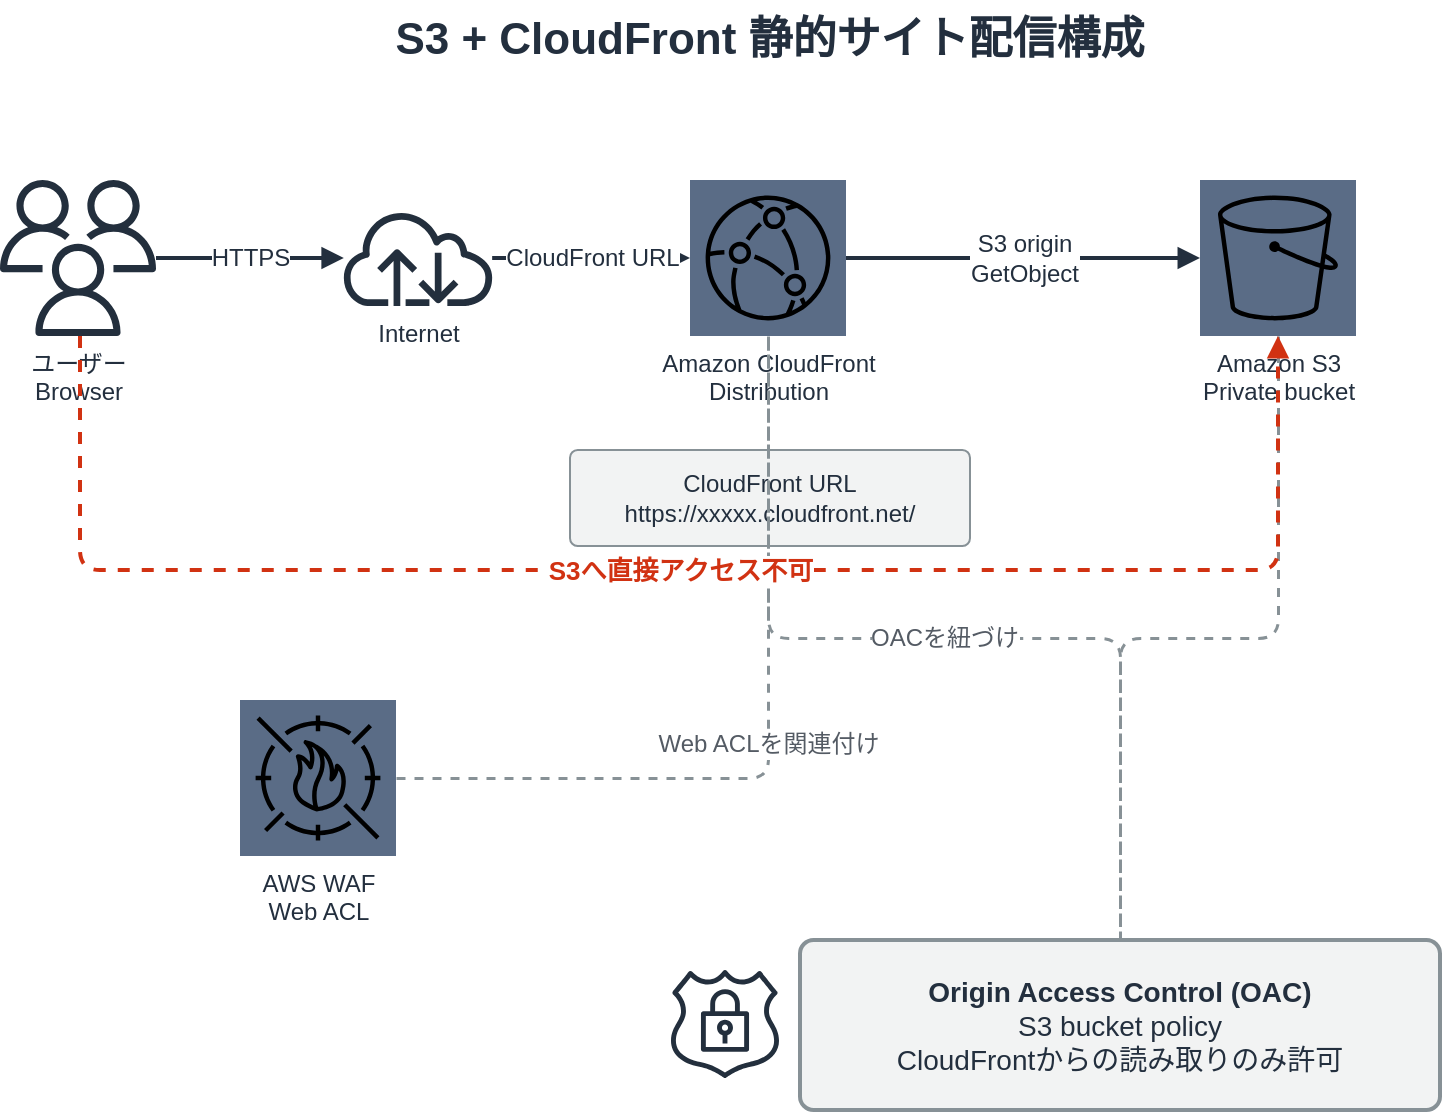
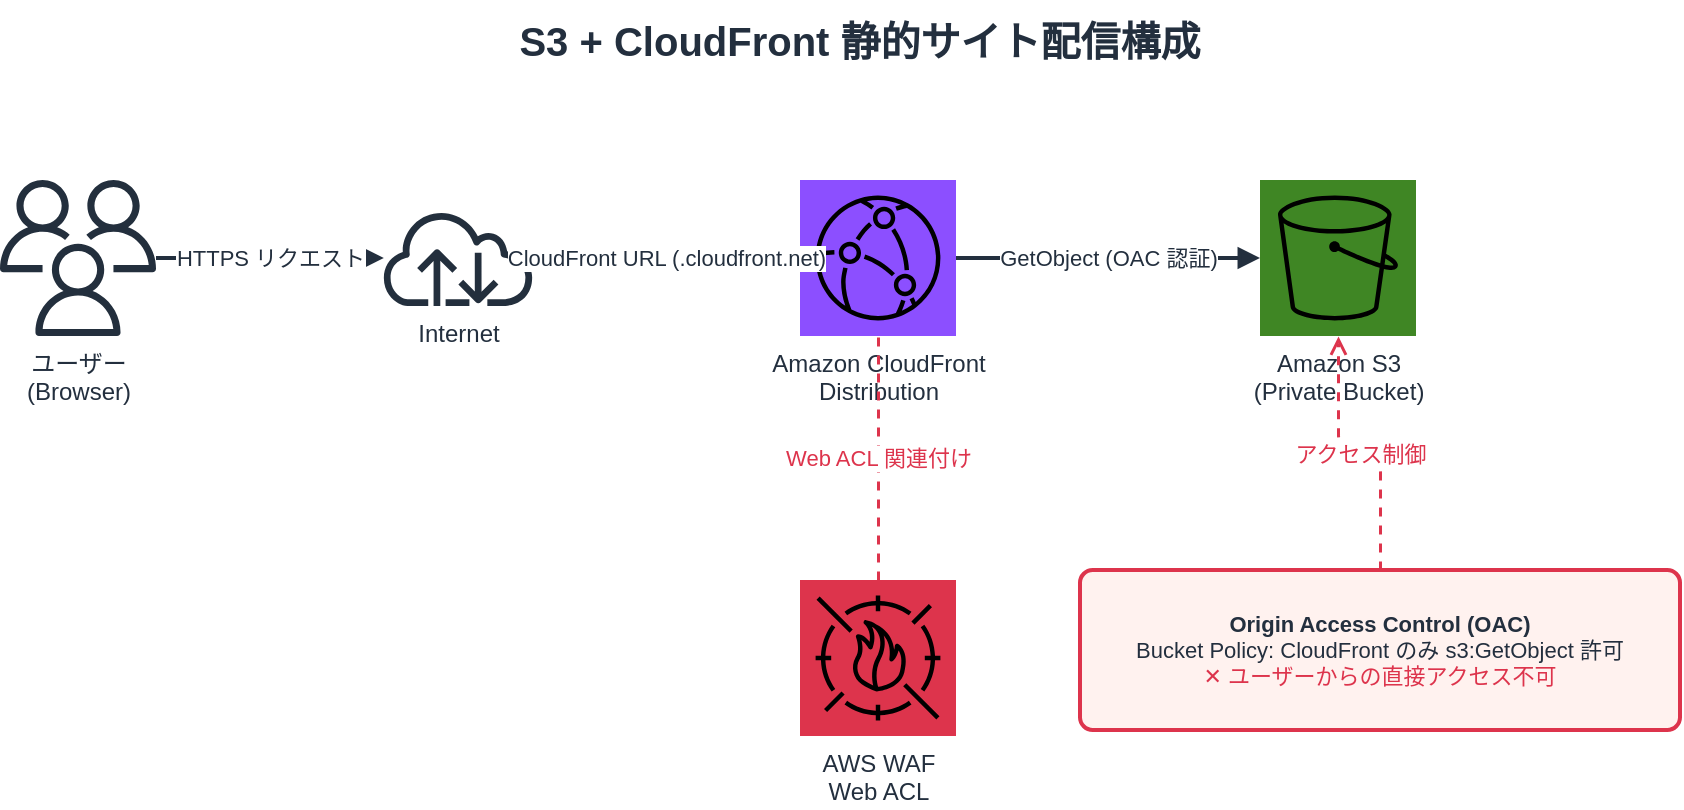
- <mxfile host="65bd71144e">
-     <diagram id="s3-cloudfront-architecture" name="S3 + CloudFront">
-         <mxGraphModel dx="1028" dy="1178" grid="1" gridSize="10" guides="1" tooltips="1" connect="1" arrows="1" fold="1" page="1" pageScale="1" pageWidth="900" pageHeight="520" math="0" shadow="0" adaptiveColors="auto">
-             <root>
-                 <mxCell id="0"/>
-                 <mxCell id="1" parent="0"/>
-                 <mxCell id="title" value="S3 + CloudFront 静的サイト配信構成" style="text;html=1;strokeColor=none;fillColor=none;align=center;verticalAlign=middle;whiteSpace=wrap;rounded=0;fontSize=22;fontStyle=1;fontColor=#232F3E;" parent="1" vertex="1">
-                     <mxGeometry x="210" y="30" width="480" height="40" as="geometry"/>
-                 </mxCell>
-                 <mxCell id="users" value="ユーザー&lt;br&gt;Browser" style="sketch=0;outlineConnect=0;fontColor=#232F3E;gradientColor=none;fillColor=#232F3D;strokeColor=none;dashed=0;verticalLabelPosition=bottom;verticalAlign=top;align=center;html=1;fontSize=12;fontStyle=0;aspect=fixed;pointerEvents=1;shape=mxgraph.aws4.users;" parent="1" vertex="1">
-                     <mxGeometry x="65" y="120" width="78" height="78" as="geometry"/>
-                 </mxCell>
-                 <mxCell id="internet" value="Internet" style="sketch=0;outlineConnect=0;fontColor=#232F3E;gradientColor=none;fillColor=#232F3D;strokeColor=none;dashed=0;verticalLabelPosition=bottom;verticalAlign=top;align=center;html=1;fontSize=12;fontStyle=0;aspect=fixed;pointerEvents=1;shape=mxgraph.aws4.internet;" parent="1" vertex="1">
-                     <mxGeometry x="235" y="135" width="78" height="48" as="geometry"/>
-                 </mxCell>
-                 <mxCell id="cloudfront" value="Amazon CloudFront&lt;br&gt;Distribution" style="sketch=0;outlineConnect=0;fontColor=#232F3E;gradientColor=none;fillColor=#5A6C86;strokeColor=none;dashed=0;verticalLabelPosition=bottom;verticalAlign=top;align=center;html=1;fontSize=12;fontStyle=0;aspect=fixed;shape=mxgraph.aws4.resourceIcon;resIcon=mxgraph.aws4.cloudfront;" parent="1" vertex="1">
-                     <mxGeometry x="410" y="120" width="78" height="78" as="geometry"/>
-                 </mxCell>
-                 <mxCell id="waf" value="AWS WAF&lt;br&gt;Web ACL" style="sketch=0;outlineConnect=0;fontColor=#232F3E;gradientColor=none;fillColor=#5A6C86;strokeColor=none;dashed=0;verticalLabelPosition=bottom;verticalAlign=top;align=center;html=1;fontSize=12;fontStyle=0;aspect=fixed;shape=mxgraph.aws4.resourceIcon;resIcon=mxgraph.aws4.waf;" parent="1" vertex="1">
-                     <mxGeometry x="185" y="380" width="78" height="78" as="geometry"/>
-                 </mxCell>
-                 <mxCell id="s3" value="Amazon S3&lt;br&gt;Private bucket" style="sketch=0;outlineConnect=0;fontColor=#232F3E;gradientColor=none;fillColor=#5A6C86;strokeColor=none;dashed=0;verticalLabelPosition=bottom;verticalAlign=top;align=center;html=1;fontSize=12;fontStyle=0;aspect=fixed;shape=mxgraph.aws4.resourceIcon;resIcon=mxgraph.aws4.s3;" parent="1" vertex="1">
-                     <mxGeometry x="665" y="120" width="78" height="78" as="geometry"/>
-                 </mxCell>
-                 <mxCell id="cloudfront-url" value="CloudFront URL&lt;br&gt;https://xxxxx.cloudfront.net/" style="rounded=1;whiteSpace=wrap;html=1;fillColor=#F2F3F3;strokeColor=#879196;strokeWidth=1;fontColor=#232F3E;fontSize=12;arcSize=8;" parent="1" vertex="1">
-                     <mxGeometry x="350" y="255" width="200" height="48" as="geometry"/>
-                 </mxCell>
-                 <mxCell id="oac-lock" value="" style="sketch=0;outlineConnect=0;fontColor=#232F3E;gradientColor=none;fillColor=#232F3D;strokeColor=none;dashed=0;verticalLabelPosition=bottom;verticalAlign=top;align=center;html=1;fontSize=12;fontStyle=0;aspect=fixed;pointerEvents=1;shape=mxgraph.aws4.ssl_padlock;" parent="1" vertex="1">
-                     <mxGeometry x="400" y="515" width="55" height="54" as="geometry"/>
-                 </mxCell>
-                 <mxCell id="oac" value="&lt;b&gt;Origin Access Control (OAC)&lt;/b&gt;&lt;br&gt;S3 bucket policy&lt;br&gt;CloudFrontからの読み取りのみ許可" style="rounded=1;whiteSpace=wrap;html=1;fillColor=#F2F3F3;strokeColor=#879196;strokeWidth=2;fontColor=#232F3E;fontSize=14;arcSize=8;" parent="1" vertex="1">
-                     <mxGeometry x="465" y="500" width="320" height="85" as="geometry"/>
-                 </mxCell>
-                 <mxCell id="edge-users-internet" value="HTTPS" style="edgeStyle=orthogonalEdgeStyle;rounded=1;endArrow=block;html=1;strokeWidth=2;strokeColor=#232F3E;fontColor=#232F3E;fontSize=12;" parent="1" source="users" target="internet" edge="1">
-                     <mxGeometry relative="1" as="geometry"/>
-                 </mxCell>
-                 <mxCell id="edge-internet-cloudfront" value="CloudFront URL" style="edgeStyle=orthogonalEdgeStyle;rounded=1;endArrow=block;html=1;strokeWidth=2;strokeColor=#232F3E;fontColor=#232F3E;fontSize=12;" parent="1" source="internet" target="cloudfront" edge="1">
-                     <mxGeometry relative="1" as="geometry"/>
-                 </mxCell>
-                 <mxCell id="edge-cloudfront-s3" value="S3 origin&lt;br&gt;GetObject" style="edgeStyle=orthogonalEdgeStyle;rounded=1;endArrow=block;html=1;strokeWidth=2;strokeColor=#232F3E;fontColor=#232F3E;fontSize=12;" parent="1" source="cloudfront" target="s3" edge="1">
-                     <mxGeometry relative="1" as="geometry"/>
-                 </mxCell>
-                 <mxCell id="edge-waf-cloudfront" value="Web ACLを関連付け" style="edgeStyle=orthogonalEdgeStyle;rounded=1;endArrow=none;html=1;strokeWidth=1.5;strokeColor=#879196;fontColor=#545B64;fontSize=12;dashed=1;" parent="1" source="waf" target="cloudfront" edge="1">
-                     <mxGeometry relative="1" as="geometry"/>
-                 </mxCell>
-                 <mxCell id="edge-cloudfront-oac" value="OACを紐づけ" style="edgeStyle=orthogonalEdgeStyle;rounded=1;endArrow=none;html=1;strokeWidth=1.5;strokeColor=#879196;fontColor=#545B64;fontSize=12;dashed=1;" parent="1" source="cloudfront" target="oac" edge="1">
-                     <mxGeometry relative="1" as="geometry"/>
-                 </mxCell>
-                 <mxCell id="edge-oac-s3" value="" style="edgeStyle=orthogonalEdgeStyle;rounded=1;endArrow=none;html=1;strokeWidth=1.5;strokeColor=#879196;fontColor=#545B64;fontSize=12;dashed=1;" parent="1" source="oac" target="s3" edge="1">
-                     <mxGeometry relative="1" as="geometry"/>
-                 </mxCell>
-                 <mxCell id="edge-users-s3-blocked" value="S3へ直接アクセス不可" style="edgeStyle=orthogonalEdgeStyle;rounded=1;endArrow=block;html=1;strokeWidth=2;strokeColor=#D13212;fontColor=#D13212;fontSize=13;fontStyle=1;dashed=1;" parent="1" source="users" target="s3" edge="1">
-                     <mxGeometry relative="1" as="geometry">
-                         <Array as="points">
-                             <mxPoint x="105" y="315"/>
-                             <mxPoint x="704" y="315"/>
-                         </Array>
-                     </mxGeometry>
-                 </mxCell>
-             </root>
-         </mxGraphModel>
-     </diagram>
+ <mxfile host="app.diagrams.net" modified="2026-06-27T00:00:00.000Z" agent="Claude-MCP" version="24.7.17" type="device">
+   <diagram id="s3-cloudfront-mcp" name="S3 + CloudFront (MCP版)">
+     <mxGraphModel dx="1422" dy="762" grid="1" gridSize="10" guides="1" tooltips="1" connect="1" arrows="1" fold="1" page="1" pageScale="1" pageWidth="960" pageHeight="520" math="0" shadow="0">
+       <root>
+         <mxCell id="0"/>
+         <mxCell id="1" parent="0"/>
+ 
+         <mxCell id="title" value="S3 + CloudFront 静的サイト配信構成" style="text;html=1;strokeColor=none;fillColor=none;align=center;verticalAlign=middle;whiteSpace=wrap;rounded=0;fontSize=20;fontStyle=1;fontColor=#232F3E;" vertex="1" parent="1">
+           <mxGeometry x="130" y="20" width="700" height="40" as="geometry"/>
+         </mxCell>
+ 
+         <mxCell id="users" value="ユーザー&lt;br&gt;(Browser)" style="sketch=0;outlineConnect=0;fontColor=#232F3E;gradientColor=none;fillColor=#232F3D;strokeColor=none;dashed=0;verticalLabelPosition=bottom;verticalAlign=top;align=center;html=1;fontSize=12;fontStyle=0;aspect=fixed;pointerEvents=1;shape=mxgraph.aws4.users;" vertex="1" parent="1">
+           <mxGeometry x="50" y="110" width="78" height="78" as="geometry"/>
+         </mxCell>
+ 
+         <mxCell id="internet" value="Internet" style="sketch=0;outlineConnect=0;fontColor=#232F3E;gradientColor=none;fillColor=#232F3D;strokeColor=none;dashed=0;verticalLabelPosition=bottom;verticalAlign=top;align=center;html=1;fontSize=12;fontStyle=0;aspect=fixed;pointerEvents=1;shape=mxgraph.aws4.internet;" vertex="1" parent="1">
+           <mxGeometry x="240" y="125" width="78" height="48" as="geometry"/>
+         </mxCell>
+ 
+         <mxCell id="cloudfront" value="Amazon CloudFront&lt;br&gt;Distribution" style="sketch=0;outlineConnect=0;fontColor=#232F3E;gradientColor=none;fillColor=#8C4FFF;strokeColor=none;dashed=0;verticalLabelPosition=bottom;verticalAlign=top;align=center;html=1;fontSize=12;fontStyle=0;aspect=fixed;shape=mxgraph.aws4.resourceIcon;resIcon=mxgraph.aws4.cloudfront;" vertex="1" parent="1">
+           <mxGeometry x="450" y="110" width="78" height="78" as="geometry"/>
+         </mxCell>
+ 
+         <mxCell id="s3" value="Amazon S3&lt;br&gt;(Private Bucket)" style="sketch=0;outlineConnect=0;fontColor=#232F3E;gradientColor=none;fillColor=#3F8624;strokeColor=none;dashed=0;verticalLabelPosition=bottom;verticalAlign=top;align=center;html=1;fontSize=12;fontStyle=0;aspect=fixed;shape=mxgraph.aws4.resourceIcon;resIcon=mxgraph.aws4.s3;" vertex="1" parent="1">
+           <mxGeometry x="680" y="110" width="78" height="78" as="geometry"/>
+         </mxCell>
+ 
+         <mxCell id="waf" value="AWS WAF&lt;br&gt;Web ACL" style="sketch=0;outlineConnect=0;fontColor=#232F3E;gradientColor=none;fillColor=#DD344C;strokeColor=none;dashed=0;verticalLabelPosition=bottom;verticalAlign=top;align=center;html=1;fontSize=12;fontStyle=0;aspect=fixed;shape=mxgraph.aws4.resourceIcon;resIcon=mxgraph.aws4.waf;" vertex="1" parent="1">
+           <mxGeometry x="450" y="310" width="78" height="78" as="geometry"/>
+         </mxCell>
+ 
+         <mxCell id="oac" value="&lt;b&gt;Origin Access Control (OAC)&lt;/b&gt;&lt;br&gt;Bucket Policy: CloudFront のみ s3:GetObject 許可&lt;br&gt;&lt;font color='#DD344C'&gt;✕ ユーザーからの直接アクセス不可&lt;/font&gt;" style="rounded=1;whiteSpace=wrap;html=1;fillColor=#FFF2EF;strokeColor=#DD344C;strokeWidth=2;fontColor=#232F3E;fontSize=11;arcSize=8;verticalAlign=middle;" vertex="1" parent="1">
+           <mxGeometry x="590" y="305" width="300" height="80" as="geometry"/>
+         </mxCell>
+ 
+         <mxCell id="e1" value="HTTPS リクエスト" style="edgeStyle=orthogonalEdgeStyle;rounded=1;endArrow=block;endFill=1;html=1;strokeWidth=2;strokeColor=#232F3E;fontColor=#232F3E;fontSize=11;" edge="1" parent="1" source="users" target="internet">
+           <mxGeometry relative="1" as="geometry"/>
+         </mxCell>
+ 
+         <mxCell id="e2" value="CloudFront URL (.cloudfront.net)" style="edgeStyle=orthogonalEdgeStyle;rounded=1;endArrow=block;endFill=1;html=1;strokeWidth=2;strokeColor=#232F3E;fontColor=#232F3E;fontSize=11;" edge="1" parent="1" source="internet" target="cloudfront">
+           <mxGeometry relative="1" as="geometry"/>
+         </mxCell>
+ 
+         <mxCell id="e3" value="GetObject (OAC 認証)" style="edgeStyle=orthogonalEdgeStyle;rounded=1;endArrow=block;endFill=1;html=1;strokeWidth=2;strokeColor=#232F3E;fontColor=#232F3E;fontSize=11;" edge="1" parent="1" source="cloudfront" target="s3">
+           <mxGeometry relative="1" as="geometry"/>
+         </mxCell>
+ 
+         <mxCell id="e4" value="Web ACL 関連付け" style="edgeStyle=orthogonalEdgeStyle;rounded=1;endArrow=none;html=1;strokeWidth=1.5;strokeColor=#DD344C;dashed=1;fontColor=#DD344C;fontSize=11;exitX=0.5;exitY=0;exitDx=0;exitDy=0;entryX=0.5;entryY=1;entryDx=0;entryDy=0;" edge="1" parent="1" source="waf" target="cloudfront">
+           <mxGeometry relative="1" as="geometry"/>
+         </mxCell>
+ 
+         <mxCell id="e5" value="アクセス制御" style="edgeStyle=orthogonalEdgeStyle;rounded=1;endArrow=open;endFill=0;html=1;strokeWidth=1.5;strokeColor=#DD344C;dashed=1;fontColor=#DD344C;fontSize=11;exitX=0.5;exitY=0;exitDx=0;exitDy=0;entryX=0.5;entryY=1;entryDx=0;entryDy=0;" edge="1" parent="1" source="oac" target="s3">
+           <mxGeometry relative="1" as="geometry"/>
+         </mxCell>
+       </root>
+     </mxGraphModel>
+   </diagram>
</mxfile>
